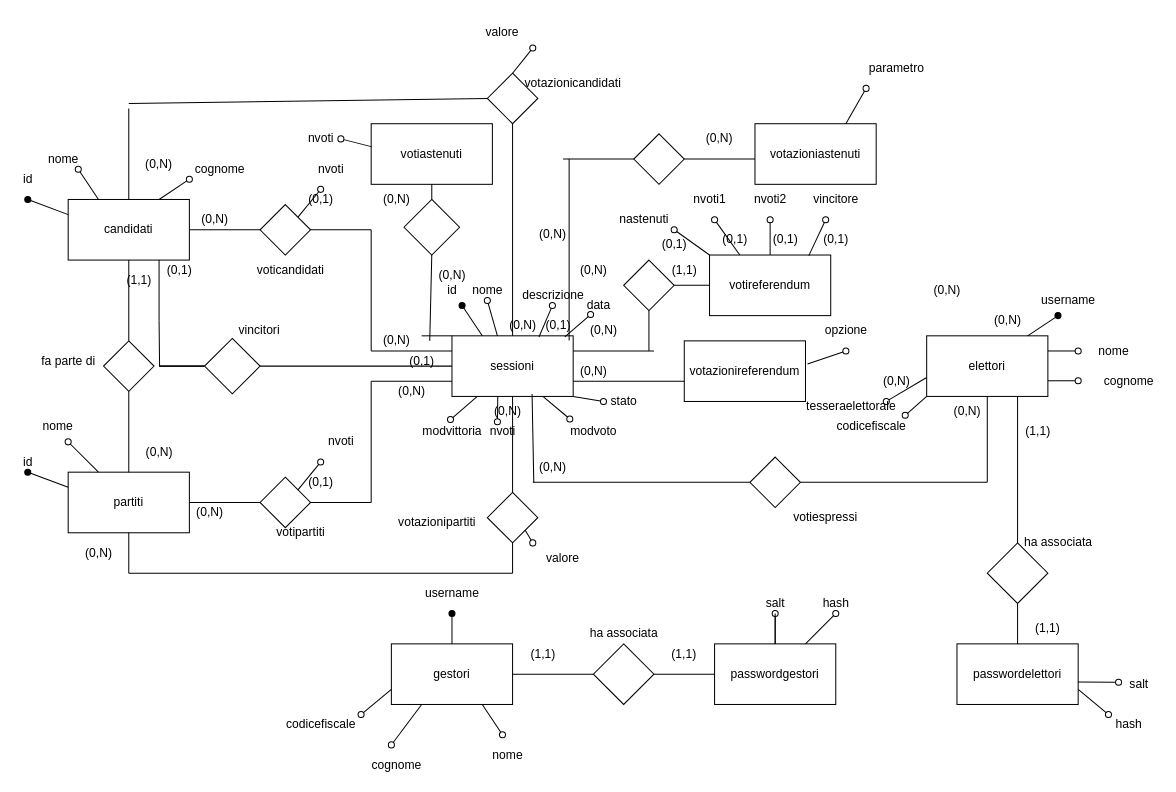
The draw.io diagram docs/database/Scherma ER.drawio in gbrsni/votoElettronico, before the edit. Source tidied: cells renumbered, new cells numbered last; positions are measured from the earlier drawing's top-left corner, leaving out a move shared by most shapes. Both pictures are drawn from the tidied source at 101%, with x=0, y=0 at pixel (17, 17).
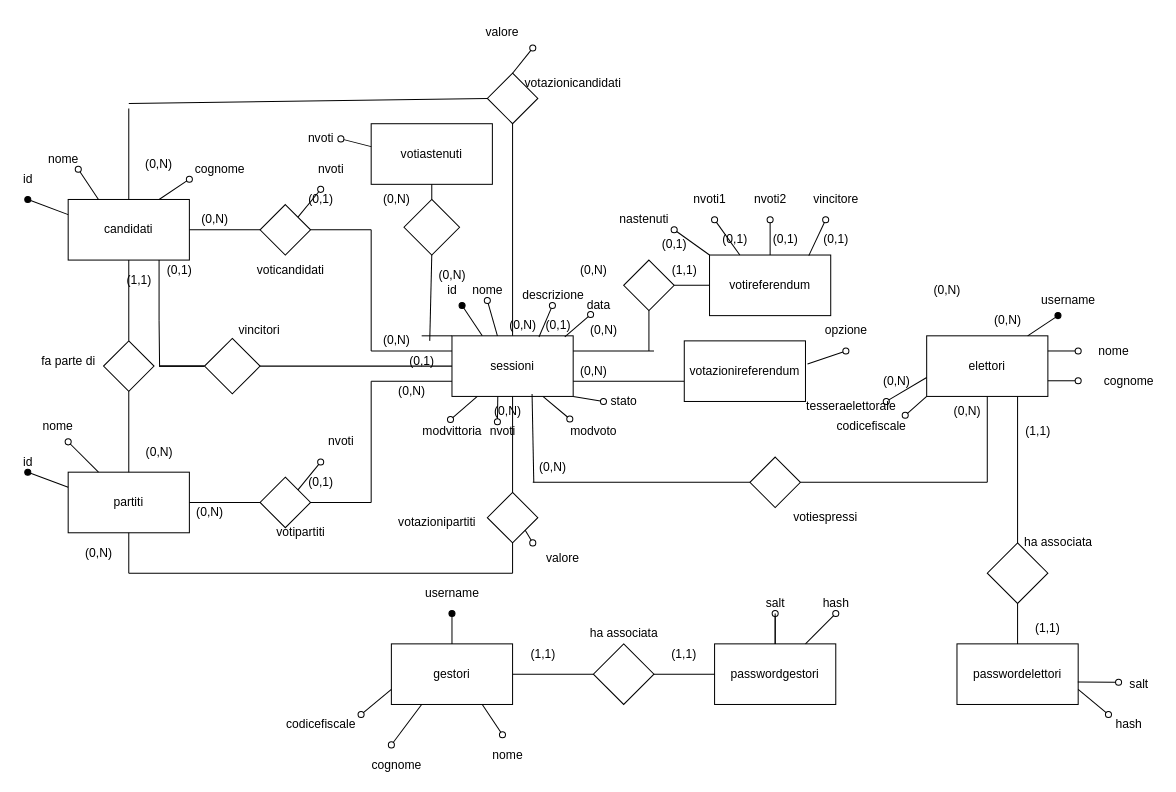
The same page after the edit.

Commit message:
tolta tabella votazioniAstenuti

Unchanged cells that the change refers to:
```xml
<mxCell id="136" value="(0,1)" style="text;html=1;align=center;verticalAlign=middle;points=[];strokeColor=none;fillColor=none;" parent="1" vertex="1">
  <mxGeometry x="515" y="295" width="40" height="20" as="geometry" />
</mxCell>
```

What changed in the source:
```diff
@@
-    <mxCell id="146" style="endArrow=none;html=1;rounded=0;exitX=0.775;exitY=1.233;exitDx=0;exitDy=0;exitPerimeter=0;" parent="1" edge="1" source="136">
-      <mxGeometry relative="1" as="geometry">
-        <mxPoint x="546" y="140" as="targetPoint" />
-      </mxGeometry>
-    </mxCell>
-    <mxCell id="147" style="rhombus;whiteSpace=wrap;html=1;" parent="1" vertex="1">
-      <mxGeometry x="610" y="115" width="50" height="50" as="geometry" />
-    </mxCell>
-    <mxCell id="148" style="endArrow=none;html=1;rounded=0;entryX=0;entryY=0.5;entryDx=0;entryDy=0;" parent="1" edge="1" target="147">
-      <mxGeometry relative="1" as="geometry">
-        <mxPoint x="540" y="140" as="sourcePoint" />
-      </mxGeometry>
-    </mxCell>
@@
-    <mxCell id="177" style="endArrow=none;html=1;rounded=0;exitX=1;exitY=0.5;exitDx=0;exitDy=0;" parent="1" edge="1" source="147">
-      <mxGeometry relative="1" as="geometry">
-        <mxPoint x="730" y="140" as="targetPoint" />
-      </mxGeometry>
-    </mxCell>
-    <mxCell id="178" value="votazioniastenuti" style="rounded=0;whiteSpace=wrap;html=1;" parent="1" vertex="1">
-      <mxGeometry x="730" y="105" width="120" height="60" as="geometry" />
-    </mxCell>
-    <mxCell id="179" style="endArrow=oval;html=1;rounded=0;exitX=0.75;exitY=0;exitDx=0;exitDy=0;endFill=0;" parent="1" edge="1" source="178">
-      <mxGeometry relative="1" as="geometry">
-        <mxPoint x="840" y="70" as="targetPoint" />
-      </mxGeometry>
-    </mxCell>
-    <mxCell id="180" value="parametro" style="text;html=1;align=center;verticalAlign=middle;strokeColor=none;fillColor=none;" parent="1" vertex="1">
-      <mxGeometry x="835" y="40" width="70" height="20" as="geometry" />
-    </mxCell>
@@
-    <mxCell id="183" value="(0,N)" style="text;html=1;strokeColor=none;fillColor=none;align=center;verticalAlign=middle;whiteSpace=wrap;rounded=0;" parent="1" vertex="1">
-      <mxGeometry x="500" y="200" width="60" height="30" as="geometry" />
-    </mxCell>
-    <mxCell id="184" value="(0,N)" style="text;html=1;strokeColor=none;fillColor=none;align=center;verticalAlign=middle;whiteSpace=wrap;rounded=0;" parent="1" vertex="1">
-      <mxGeometry x="665" y="105" width="60" height="30" as="geometry" />
-    </mxCell>
```
